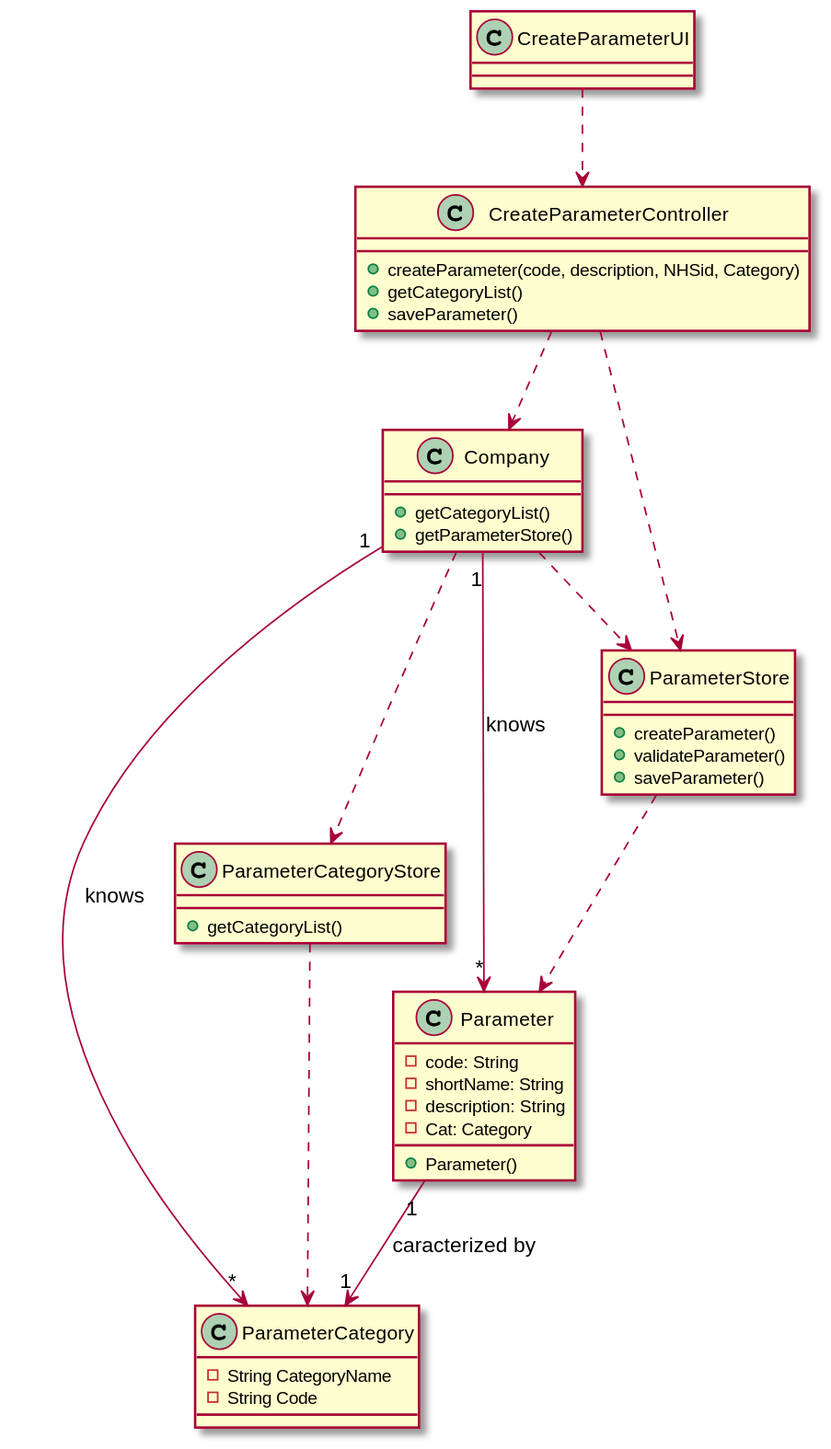
The PlantUML diagram docs/SprintB/US10/US10_CD.svg in MarianaCLages/LAPR2, before a commit.
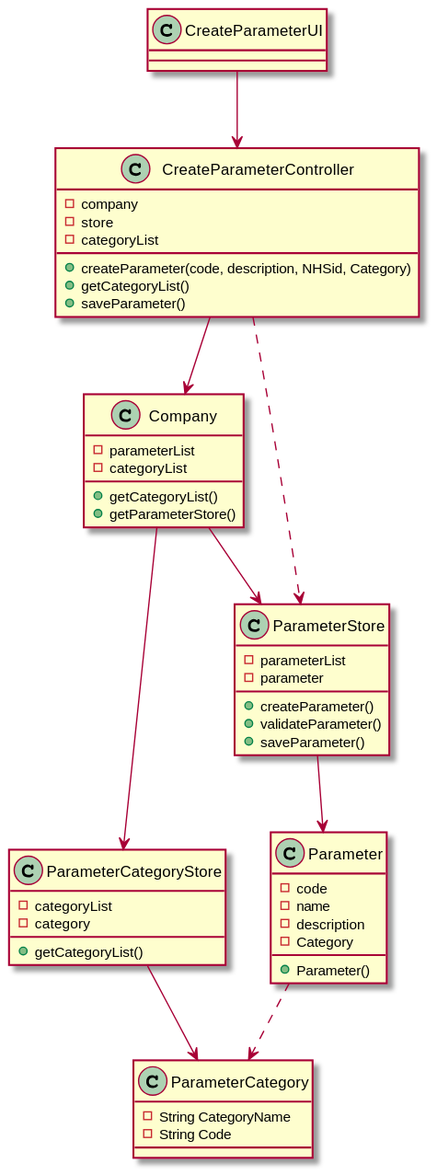
After the commit.

What changed in the source:
```diff
@@ -6,11 +6,16 @@
 }
 
 class Company{
+-parameterList
+-categoryList
 +getCategoryList()
 +getParameterStore()
 }
 
 class CreateParameterController {
+-company
+-store
+-categoryList
 +createParameter(code, description, NHSid, Category)
 +getCategoryList()
 +saveParameter()
@@ -20,36 +25,40 @@
 }
 
 class ParameterCategoryStore{
+-categoryList
+-category
 +getCategoryList()
 }
 
 class ParameterStore{
+-parameterList
+-parameter
 +createParameter()
 +validateParameter()
 +saveParameter()
 }
 
 class Parameter{
--code: String
--shortName: String
--description: String
--Cat: Category
+-code
+-name
+-description
+-Category
 +Parameter()
 }
 
-CreateParameterUI ..> CreateParameterController
+CreateParameterUI --> CreateParameterController
 
-CreateParameterController ..> Company
+CreateParameterController --> Company
 CreateParameterController ..> ParameterStore
 
-Company ..> ParameterCategoryStore
-Company ..> ParameterStore
+Company --> ParameterCategoryStore
+Company --> ParameterStore
 
-ParameterStore ..> Parameter
+ParameterStore --> Parameter
 
-ParameterCategoryStore ..> ParameterCategory
+ParameterCategoryStore --> ParameterCategory
 
-Company"1" --> "*"Parameter: knows
-Company"1" --> "*"ParameterCategory: knows
-Parameter "1" --> "1" ParameterCategory: caracterized by
+
+
+Parameter  ..>  ParameterCategory
 @enduml
```
